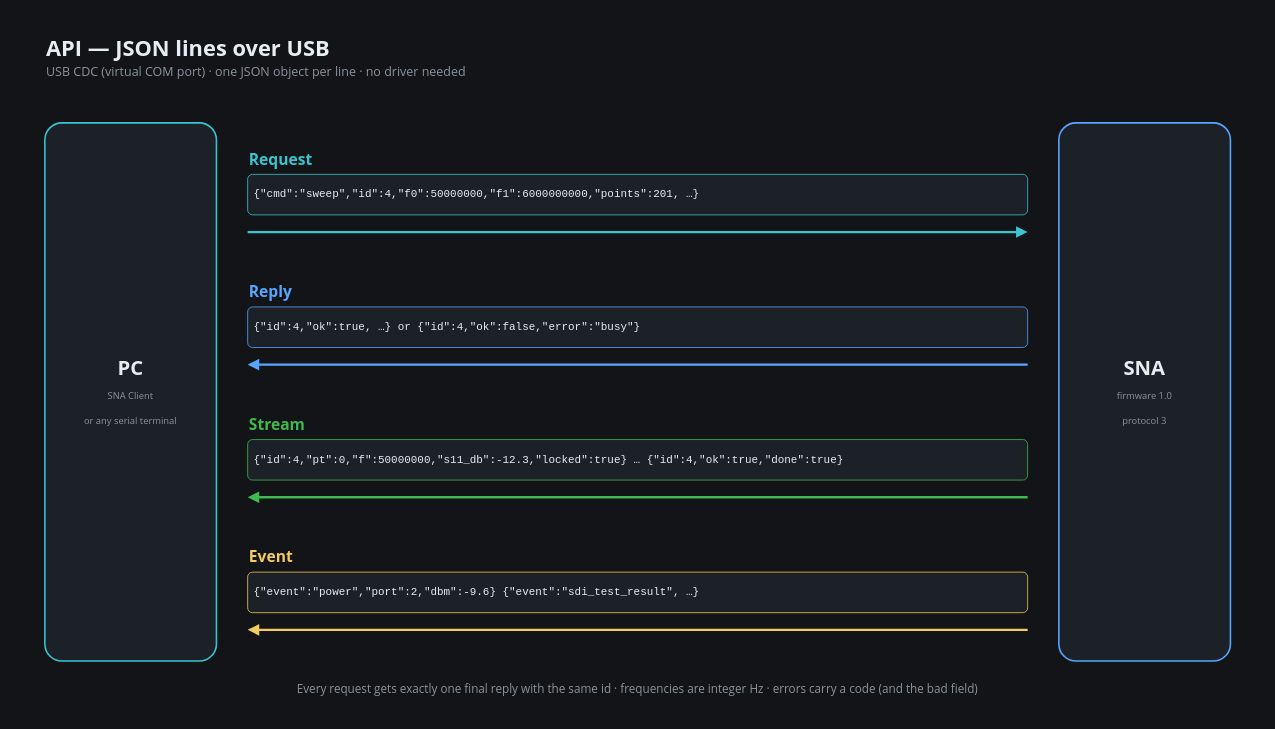
Before: docs/presentation/diagrams/api-01-messages.drawio in ml3rc/SNA, a draw.io diagram. Source tidied: cells renumbered, new cells numbered last; positions are measured from the earlier drawing's top-left corner, leaving out a move shared by most shapes. Both pictures are drawn from the tidied source at 78%, with x=0, y=0 at pixel (13, 13).
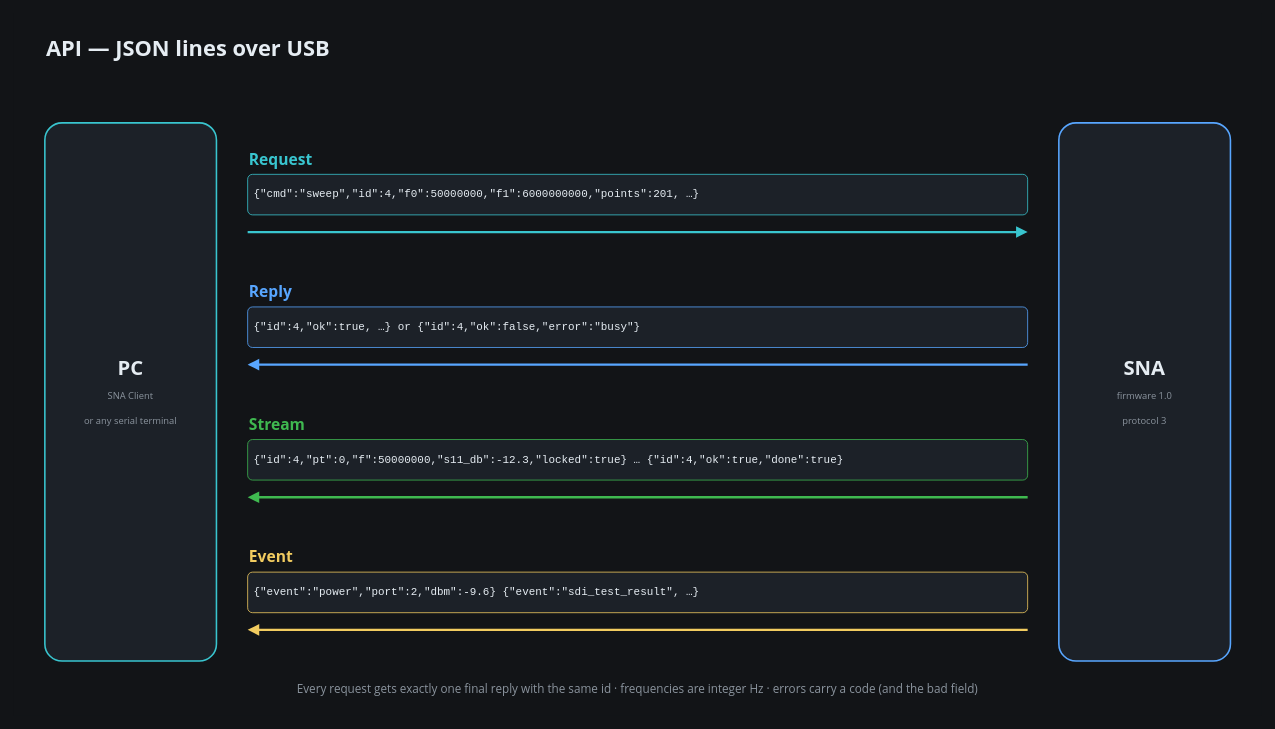
The same page after the edit.

Diff of the diagram source:
```diff
@@
-    <mxCell id="4" value="USB CDC (virtual COM port) · one JSON object per line · no driver needed" style="text;html=1;whiteSpace=wrap;strokeColor=none;fillColor=none;fontColor=#8B949E;fontFamily=Segoe UI;fontSize=16;fontStyle=0;align=left;verticalAlign=middle;" parent="1" vertex="1">
-      <mxGeometry x="40" y="62" width="1520" height="26" as="geometry" />
-    </mxCell>
```
